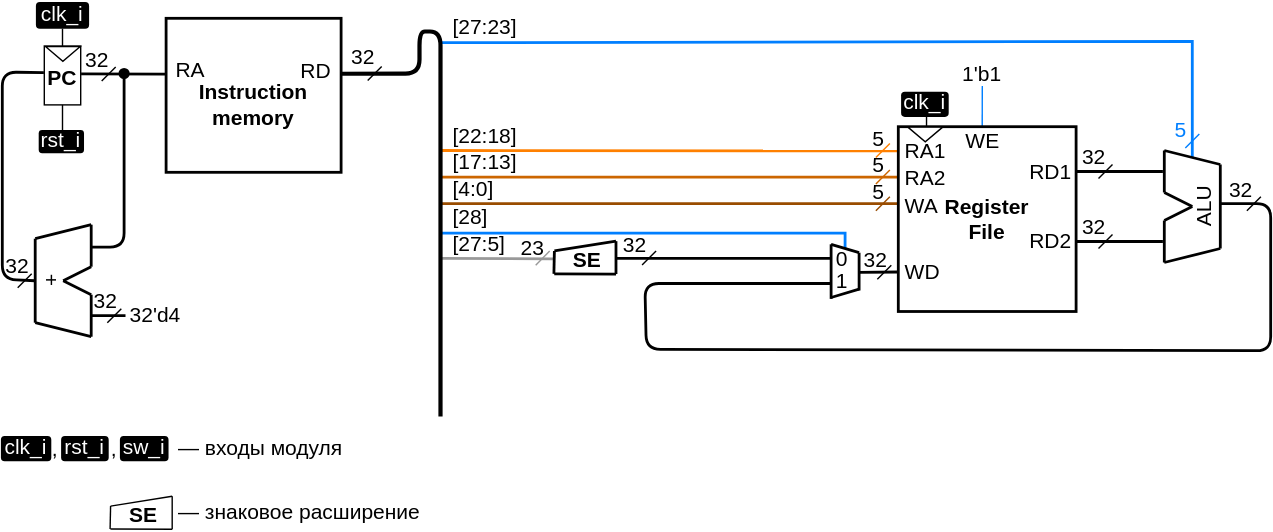
The draw.io diagram .pic/Labs/lab_04_cybercobra/ppd_2.drawio.svg in MPSU/APS, before a commit. Source tidied: cells renumbered, new cells last; positions are measured from the earlier drawing's top-left corner, leaving out a move shared by most shapes.
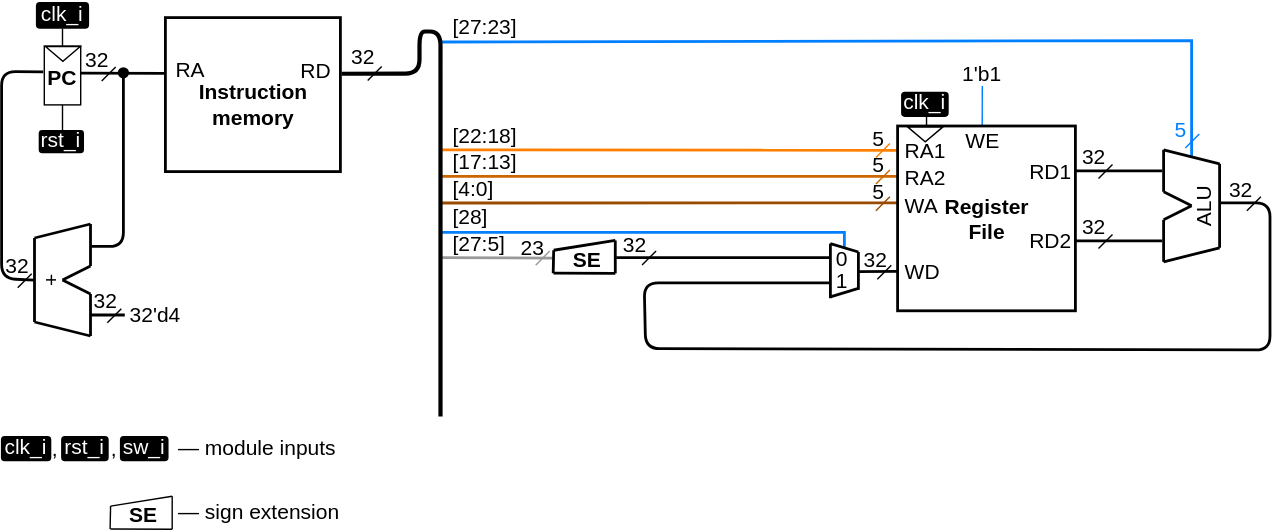
The same file after the commit.

Change to the diagram source:
```diff
@@ -364,7 +364,7 @@
     <mxCell id="75" value="&lt;font style=&quot;font-size: 15px;&quot;&gt;,&lt;/font&gt;" style="text;html=1;strokeColor=none;fillColor=none;align=center;verticalAlign=middle;whiteSpace=wrap;rounded=0;spacing=0;fontSize=15;spacingTop=0;spacingBottom=0;" parent="1" vertex="1">
       <mxGeometry x="75" y="310" width="12" height="18" as="geometry" />
     </mxCell>
-    <mxCell id="76" value="— входы модуля" style="text;html=1;strokeColor=none;fillColor=none;align=left;verticalAlign=middle;whiteSpace=wrap;rounded=0;spacing=0;fontSize=15;" parent="1" vertex="1">
+    <mxCell id="76" value="— module inputs" style="text;html=1;strokeColor=none;fillColor=none;align=left;verticalAlign=middle;whiteSpace=wrap;rounded=0;spacing=0;fontSize=15;" parent="1" vertex="1">
       <mxGeometry x="126.5" y="309" width="126.5" height="18" as="geometry" />
     </mxCell>
     <mxCell id="77" style="group;fontSize=15;" parent="1" vertex="1">
@@ -397,8 +397,8 @@
     <mxCell id="82" value="&lt;font style=&quot;font-size: 15px;&quot;&gt;&lt;b style=&quot;font-size: 15px;&quot;&gt;SE&lt;/b&gt;&lt;/font&gt;" style="text;html=1;strokeColor=none;fillColor=none;align=center;verticalAlign=bottom;whiteSpace=wrap;rounded=0;fontSize=15;fontColor=#000000;comic=0;jiggle=0.5;" parent="77" vertex="1">
       <mxGeometry y="1.8" width="48" height="23.5" as="geometry" />
     </mxCell>
-    <mxCell id="83" value="— знаковое расширение" style="text;html=1;strokeColor=none;fillColor=none;align=left;verticalAlign=middle;whiteSpace=wrap;rounded=0;spacing=0;fontSize=15;" parent="1" vertex="1">
-      <mxGeometry x="126.5" y="355" width="226.5" height="18" as="geometry" />
+    <mxCell id="83" value="— sign extension" style="text;html=1;strokeColor=none;fillColor=none;align=left;verticalAlign=middle;whiteSpace=wrap;rounded=0;spacing=0;fontSize=15;" parent="1" vertex="1">
+      <mxGeometry x="126.5" y="355" width="224.5" height="18" as="geometry" />
     </mxCell>
     <mxCell id="84" style="group;fontSize=15;" parent="1" vertex="1">
       <mxGeometry x="24.5" y="159" width="40" height="80" as="geometry" />
```
